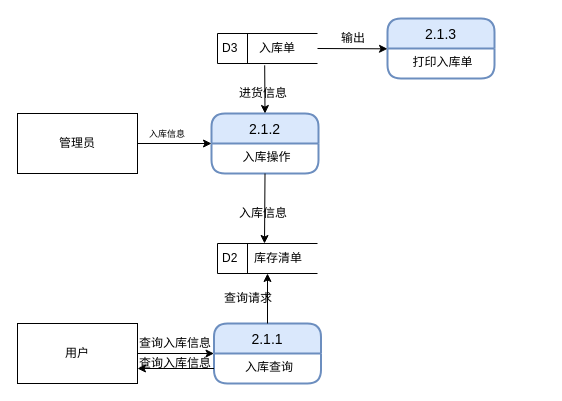
Before: 入库管理子模块第二层数据流图.drawio in fancy5858/hello-world, a draw.io diagram. Source tidied: cells renumbered, new cells numbered last; positions are measured from the earlier drawing's top-left corner, leaving out a move shared by most shapes. Both pictures are drawn from the tidied source at 100%, with x=0, y=0 at pixel (17, 18).
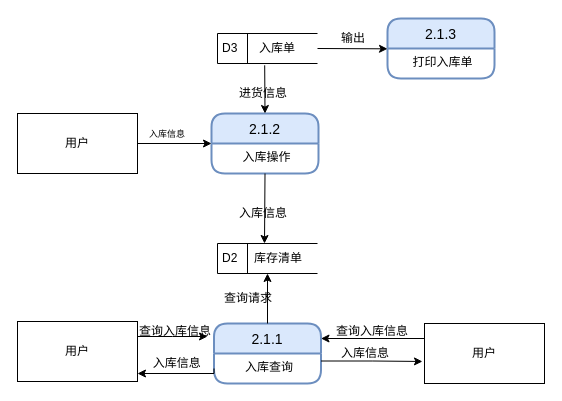
After the change.

Commit message:
Update 入库管理子模块第二层数据流图.drawio

Unchanged cells that the change refers to:
```xml
<mxCell id="14" value="2.1.1" style="swimlane;horizontal=1;startSize=30;rounded=1;fontSize=14;fontStyle=0;strokeWidth=2;shadow=0;dashed=0;align=center;fillColor=#dae8fc;strokeColor=#6c8ebf;" parent="1" vertex="1">
  <mxGeometry x="196.5" y="305" width="107" height="60" as="geometry" />
</mxCell>
<mxCell id="15" value="入库查询" style="align=center;strokeColor=none;fillColor=none;spacingLeft=4;fontSize=12;verticalAlign=top;" parent="14" vertex="1">
  <mxGeometry y="30" width="107" height="30" as="geometry" />
</mxCell>
```

Diff of the diagram source:
```diff
@@
-    <mxCell id="18" style="endArrow=classic;html=1;entryX=0;entryY=0.5;entryDx=0;entryDy=0;" parent="1" edge="1" target="14">
-      <mxGeometry relative="1" as="geometry">
-        <mxPoint x="120" y="335" as="sourcePoint" />
-      </mxGeometry>
-    </mxCell>
     <mxCell id="19" value="查询入库信息" style="text;html=1;align=left;verticalAlign=top;spacingTop=-4;" parent="1" vertex="1">
-      <mxGeometry x="120" y="315" width="90" height="20" as="geometry" />
+      <mxGeometry x="120" y="302.5" width="90" height="20" as="geometry" />
     </mxCell>
@@
-    <mxCell id="24" value="管理员" style="rounded=0;whiteSpace=wrap;html=1;" parent="1" vertex="1">
+    <mxCell id="24" value="用户" style="rounded=0;whiteSpace=wrap;html=1;" parent="1" vertex="1">
       <mxGeometry y="95" width="120" height="60" as="geometry" />
     </mxCell>
+    <mxCell id="28" style="edgeStyle=orthogonalEdgeStyle;rounded=0;jettySize=auto;html=1;exitX=1;exitY=0.25;exitDx=0;exitDy=0;" parent="1" edge="1" source="25">
+      <mxGeometry relative="1" as="geometry">
+        <mxPoint x="190" y="318" as="targetPoint" />
+      </mxGeometry>
+    </mxCell>
     <mxCell id="25" value="用户" style="rounded=0;whiteSpace=wrap;html=1;" parent="1" vertex="1">
-      <mxGeometry y="305" width="120" height="60" as="geometry" />
+      <mxGeometry y="303" width="120" height="60" as="geometry" />
     </mxCell>
-    <mxCell id="26" style="endArrow=classic;html=1;exitX=0;exitY=0.5;exitDx=0;exitDy=0;entryX=1;entryY=0.75;entryDx=0;entryDy=0;" parent="1" edge="1" source="15" target="25">
-      <mxGeometry relative="1" as="geometry" />
-    </mxCell>
-    <mxCell id="27" value="查询入库信息" style="text;html=1;align=left;verticalAlign=top;spacingTop=-4;" parent="1" vertex="1">
-      <mxGeometry x="120" y="335" width="90" height="20" as="geometry" />
+    <mxCell id="27" value="&amp;nbsp; 入库信息" style="text;html=1;align=left;verticalAlign=top;spacingTop=-4;" parent="1" vertex="1">
+      <mxGeometry x="126.5" y="335" width="70" height="20" as="geometry" />
     </mxCell>
+    <mxCell id="29" style="edgeStyle=orthogonalEdgeStyle;rounded=0;jettySize=auto;html=1;exitX=0;exitY=0.25;exitDx=0;exitDy=0;entryX=1;entryY=0.25;entryDx=0;entryDy=0;" parent="1" edge="1" source="30" target="14">
+      <mxGeometry relative="1" as="geometry" />
+    </mxCell>
+    <mxCell id="30" value="用户" style="rounded=0;whiteSpace=wrap;html=1;" parent="1" vertex="1">
+      <mxGeometry x="407" y="305" width="120" height="60" as="geometry" />
+    </mxCell>
+    <mxCell id="31" value="查询入库信息" style="text;html=1;align=left;verticalAlign=top;spacingTop=-4;" parent="1" vertex="1">
+      <mxGeometry x="317" y="303" width="90" height="20" as="geometry" />
+    </mxCell>
+    <mxCell id="32" style="edgeStyle=orthogonalEdgeStyle;rounded=0;jettySize=auto;html=1;exitX=1;exitY=0.25;exitDx=0;exitDy=0;entryX=-0.017;entryY=0.633;entryDx=0;entryDy=0;entryPerimeter=0;" parent="1" edge="1" source="15" target="30">
+      <mxGeometry relative="1" as="geometry" />
+    </mxCell>
+    <mxCell id="33" value="入库信息" style="text;html=1;align=left;verticalAlign=top;spacingTop=-4;" parent="1" vertex="1">
+      <mxGeometry x="322" y="325" width="60" height="20" as="geometry" />
+    </mxCell>
+    <mxCell id="34" style="edgeStyle=orthogonalEdgeStyle;rounded=0;jettySize=auto;html=1;exitX=0;exitY=0.75;exitDx=0;exitDy=0;" parent="1" edge="1" source="14">
+      <mxGeometry relative="1" as="geometry">
+        <mxPoint x="120" y="355" as="targetPoint" />
+        <Array as="points">
+          <mxPoint x="197" y="355" />
+          <mxPoint x="120" y="355" />
+        </Array>
+      </mxGeometry>
+    </mxCell>
```
